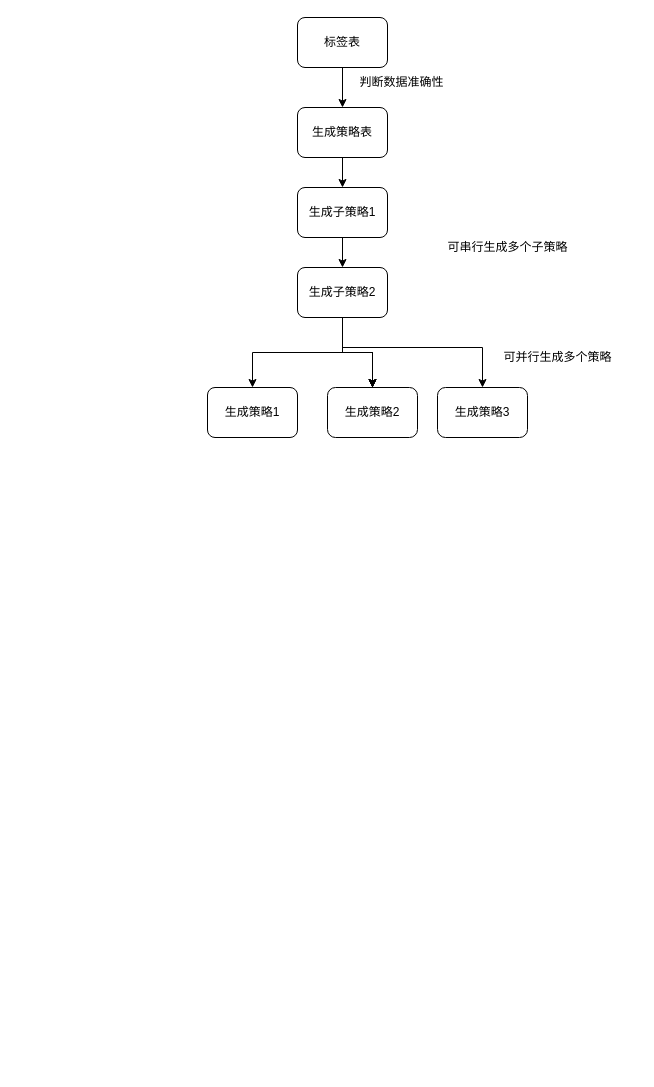
jiangyuanyuan1/invention keeps this draw.io diagram as 策略生成.drawio. Above is the earlier version. Source tidied: cells renumbered, new cells numbered last; positions are measured from the earlier drawing's top-left corner, leaving out a move shared by most shapes. Both pictures are drawn from the tidied source at 100%, with x=0, y=0 at pixel (207, 17).
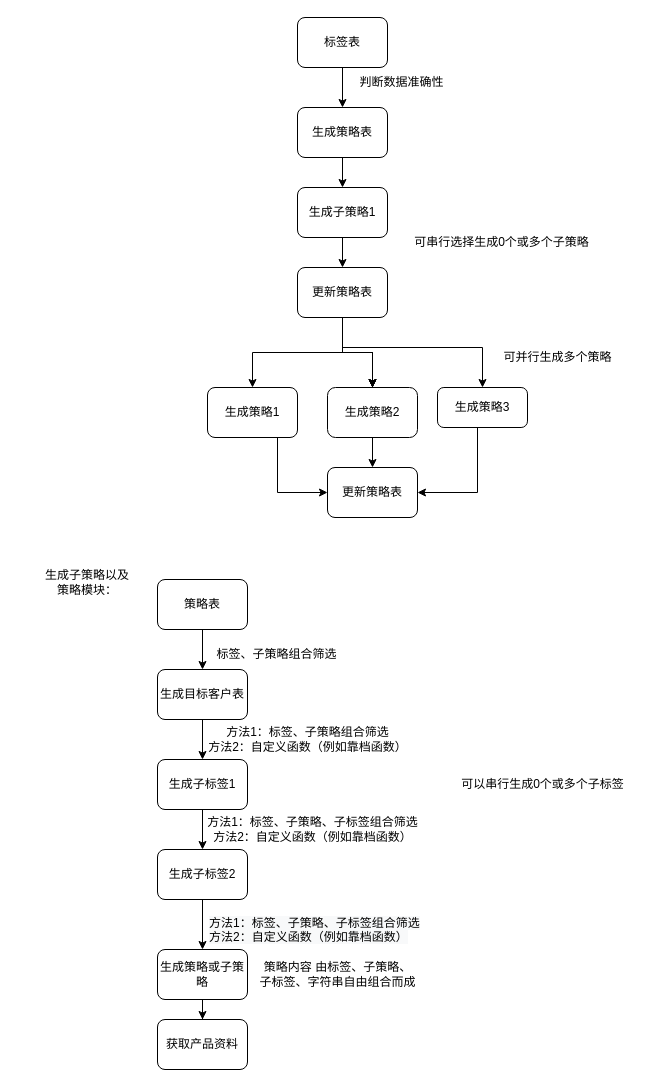
Above is the later version.

Commit message (it also covers changes not shown here):
更新策略生成.drawio

Unchanged cells that the change refers to:
```xml
<mxCell id="17" value="生成策略1" style="rounded=1;whiteSpace=wrap;html=1;" parent="1" vertex="1">
  <mxGeometry y="370" width="90" height="50" as="geometry" />
</mxCell>
<mxCell id="18" value="生成策略2" style="rounded=1;whiteSpace=wrap;html=1;arcSize=16;" parent="1" vertex="1">
  <mxGeometry x="120" y="370" width="90" height="50" as="geometry" />
</mxCell>
```

What changed in the source:
```diff
@@
-    <mxCell id="15" value="生成子策略2" style="rounded=1;whiteSpace=wrap;html=1;" parent="1" vertex="1">
+    <mxCell id="15" value="更新策略表" style="rounded=1;whiteSpace=wrap;html=1;" parent="1" vertex="1">
       <mxGeometry x="90" y="250" width="90" height="50" as="geometry" />
     </mxCell>
-    <mxCell id="16" value="可串行生成多个子策略" style="text;html=1;align=center;verticalAlign=middle;strokeColor=none;fillColor=none;" parent="1" vertex="1">
-      <mxGeometry x="230" y="215" width="140" height="30" as="geometry" />
+    <mxCell id="16" value="可串行选择生成0个或多个子策略" style="text;html=1;align=center;verticalAlign=middle;strokeColor=none;fillColor=none;" parent="1" vertex="1">
+      <mxGeometry x="194" y="210" width="200" height="30" as="geometry" />
     </mxCell>
+    <mxCell id="21" style="edgeStyle=orthogonalEdgeStyle;rounded=0;jettySize=auto;html=1;entryX=0;entryY=0.5;entryDx=0;entryDy=0;" parent="1" edge="1" source="17" target="42">
+      <mxGeometry relative="1" as="geometry">
+        <Array as="points">
+          <mxPoint x="70" y="475" />
+        </Array>
+      </mxGeometry>
+    </mxCell>
@@
+    <mxCell id="22" style="edgeStyle=orthogonalEdgeStyle;rounded=0;jettySize=auto;html=1;" parent="1" edge="1" source="18" target="42">
+      <mxGeometry relative="1" as="geometry" />
+    </mxCell>
@@
+    <mxCell id="23" style="edgeStyle=orthogonalEdgeStyle;rounded=0;jettySize=auto;html=1;entryX=1;entryY=0.5;entryDx=0;entryDy=0;" parent="1" edge="1" source="19" target="42">
+      <mxGeometry relative="1" as="geometry">
+        <Array as="points">
+          <mxPoint x="270" y="475" />
+        </Array>
+      </mxGeometry>
+    </mxCell>
     <mxCell id="19" value="生成策略3" style="rounded=1;whiteSpace=wrap;html=1;arcSize=16;" parent="1" vertex="1">
-      <mxGeometry x="230" y="370" width="90" height="50" as="geometry" />
+      <mxGeometry x="230" y="370" width="90" height="40" as="geometry" />
     </mxCell>
@@
+    <mxCell id="24" value="生成子策略以及&lt;br&gt;策略模块：" style="text;html=1;strokeColor=none;fillColor=none;align=center;verticalAlign=middle;whiteSpace=wrap;rounded=0;" parent="1" vertex="1">
+      <mxGeometry x="-190" y="562" width="140" height="5" as="geometry" />
+    </mxCell>
+    <mxCell id="25" style="edgeStyle=orthogonalEdgeStyle;rounded=0;jettySize=auto;html=1;" parent="1" edge="1" source="26" target="28">
+      <mxGeometry relative="1" as="geometry" />
+    </mxCell>
+    <mxCell id="26" value="策略表" style="rounded=1;whiteSpace=wrap;html=1;" parent="1" vertex="1">
+      <mxGeometry x="-50" y="562" width="90" height="50" as="geometry" />
+    </mxCell>
+    <mxCell id="27" style="edgeStyle=orthogonalEdgeStyle;rounded=0;jettySize=auto;html=1;" parent="1" edge="1" source="28" target="31">
+      <mxGeometry relative="1" as="geometry" />
+    </mxCell>
+    <mxCell id="28" value="生成目标客户表" style="rounded=1;whiteSpace=wrap;html=1;" parent="1" vertex="1">
+      <mxGeometry x="-50" y="652" width="90" height="50" as="geometry" />
+    </mxCell>
+    <mxCell id="29" value="标签、子策略组合筛选" style="text;html=1;align=center;verticalAlign=middle;strokeColor=none;fillColor=none;" parent="1" vertex="1">
+      <mxGeometry x="-1" y="622" width="140" height="30" as="geometry" />
+    </mxCell>
+    <mxCell id="30" style="edgeStyle=orthogonalEdgeStyle;rounded=0;jettySize=auto;html=1;" parent="1" edge="1" source="31" target="35">
+      <mxGeometry relative="1" as="geometry" />
+    </mxCell>
+    <mxCell id="31" value="生成子标签1" style="rounded=1;whiteSpace=wrap;html=1;" parent="1" vertex="1">
+      <mxGeometry x="-50" y="742" width="90" height="50" as="geometry" />
+    </mxCell>
+    <mxCell id="32" value="方法1：标签、子策略组合筛选&lt;br&gt;方法2：自定义函数（例如靠档函数）" style="text;html=1;align=center;verticalAlign=middle;strokeColor=none;fillColor=none;" parent="1" vertex="1">
+      <mxGeometry x="-10" y="702" width="220" height="40" as="geometry" />
+    </mxCell>
+    <mxCell id="33" value="可以串行生成0个或多个子标签" style="text;html=1;align=center;verticalAlign=middle;strokeColor=none;fillColor=none;" parent="1" vertex="1">
+      <mxGeometry x="240" y="752" width="190" height="30" as="geometry" />
+    </mxCell>
+    <mxCell id="34" style="edgeStyle=orthogonalEdgeStyle;rounded=0;jettySize=auto;html=1;" parent="1" edge="1" source="35" target="38">
+      <mxGeometry relative="1" as="geometry" />
+    </mxCell>
+    <mxCell id="35" value="生成子标签2" style="rounded=1;whiteSpace=wrap;html=1;" parent="1" vertex="1">
+      <mxGeometry x="-50" y="832" width="90" height="50" as="geometry" />
+    </mxCell>
+    <mxCell id="36" value="方法1：标签、子策略、子标签组合筛选&lt;br&gt;方法2：自定义函数（例如靠档函数）" style="text;html=1;align=center;verticalAlign=middle;strokeColor=none;fillColor=none;" parent="1" vertex="1">
+      <mxGeometry x="-10" y="792" width="230" height="40" as="geometry" />
+    </mxCell>
+    <mxCell id="37" style="edgeStyle=orthogonalEdgeStyle;rounded=0;jettySize=auto;html=1;" parent="1" edge="1" source="38" target="41">
+      <mxGeometry relative="1" as="geometry" />
+    </mxCell>
+    <mxCell id="38" value="生成策略或子策略" style="rounded=1;whiteSpace=wrap;html=1;" parent="1" vertex="1">
+      <mxGeometry x="-50" y="932" width="90" height="50" as="geometry" />
+    </mxCell>
+    <mxCell id="39" value="&lt;span style=&quot;color: rgb(0, 0, 0); font-family: Helvetica; font-size: 12px; font-style: normal; font-variant-ligatures: normal; font-variant-caps: normal; font-weight: 400; letter-spacing: normal; orphans: 2; text-align: center; text-indent: 0px; text-transform: none; widows: 2; word-spacing: 0px; -webkit-text-stroke-width: 0px; background-color: rgb(248, 249, 250); text-decoration-thickness: initial; text-decoration-style: initial; text-decoration-color: initial; float: none; display: inline !important;&quot;&gt;方法1：标签、子策略、子标签组合筛选&lt;/span&gt;&lt;br style=&quot;color: rgb(0, 0, 0); font-family: Helvetica; font-size: 12px; font-style: normal; font-variant-ligatures: normal; font-variant-caps: normal; font-weight: 400; letter-spacing: normal; orphans: 2; text-align: center; text-indent: 0px; text-transform: none; widows: 2; word-spacing: 0px; -webkit-text-stroke-width: 0px; background-color: rgb(248, 249, 250); text-decoration-thickness: initial; text-decoration-style: initial; text-decoration-color: initial;&quot;&gt;&lt;span style=&quot;color: rgb(0, 0, 0); font-family: Helvetica; font-size: 12px; font-style: normal; font-variant-ligatures: normal; font-variant-caps: normal; font-weight: 400; letter-spacing: normal; orphans: 2; text-align: center; text-indent: 0px; text-transform: none; widows: 2; word-spacing: 0px; -webkit-text-stroke-width: 0px; background-color: rgb(248, 249, 250); text-decoration-thickness: initial; text-decoration-style: initial; text-decoration-color: initial; float: none; display: inline !important;&quot;&gt;方法2：自定义函数（例如靠档函数）&lt;/span&gt;" style="text;whiteSpace=wrap;html=1;" parent="1" vertex="1">
+      <mxGeometry y="892" width="230" height="50" as="geometry" />
+    </mxCell>
+    <mxCell id="40" value="策略内容 由标签、子策略、&lt;br&gt;子标签、字符串自由组合而成" style="text;html=1;align=center;verticalAlign=middle;strokeColor=none;fillColor=none;" parent="1" vertex="1">
+      <mxGeometry x="40" y="937" width="180" height="40" as="geometry" />
+    </mxCell>
+    <mxCell id="41" value="获取产品资料" style="rounded=1;whiteSpace=wrap;html=1;" parent="1" vertex="1">
+      <mxGeometry x="-50" y="1002" width="90" height="50" as="geometry" />
+    </mxCell>
+    <mxCell id="42" value="更新策略表" style="rounded=1;whiteSpace=wrap;html=1;" parent="1" vertex="1">
+      <mxGeometry x="120" y="450" width="90" height="50" as="geometry" />
+    </mxCell>
```
